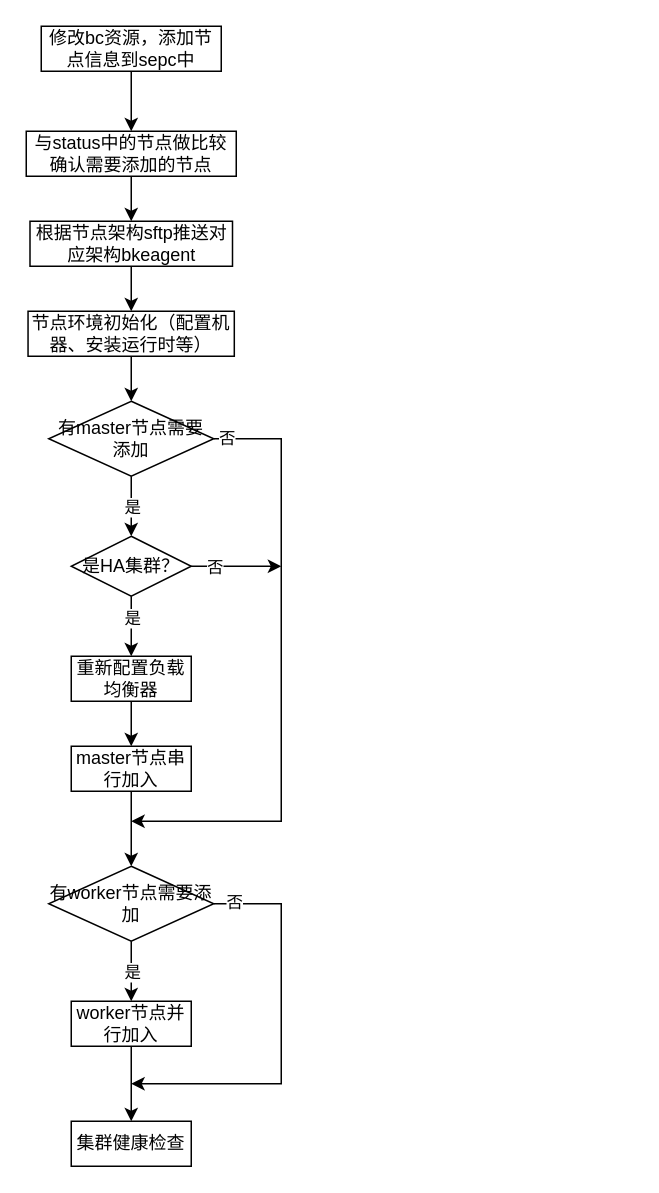
Before: bke-集群扩容流程图.drawio in oldcc02/draw-io, a draw.io diagram. Source tidied: cells renumbered, new cells numbered last; positions are measured from the earlier drawing's top-left corner, leaving out a move shared by most shapes. Both pictures are drawn from the tidied source at 150%, with x=0, y=0 at pixel (26, 26).
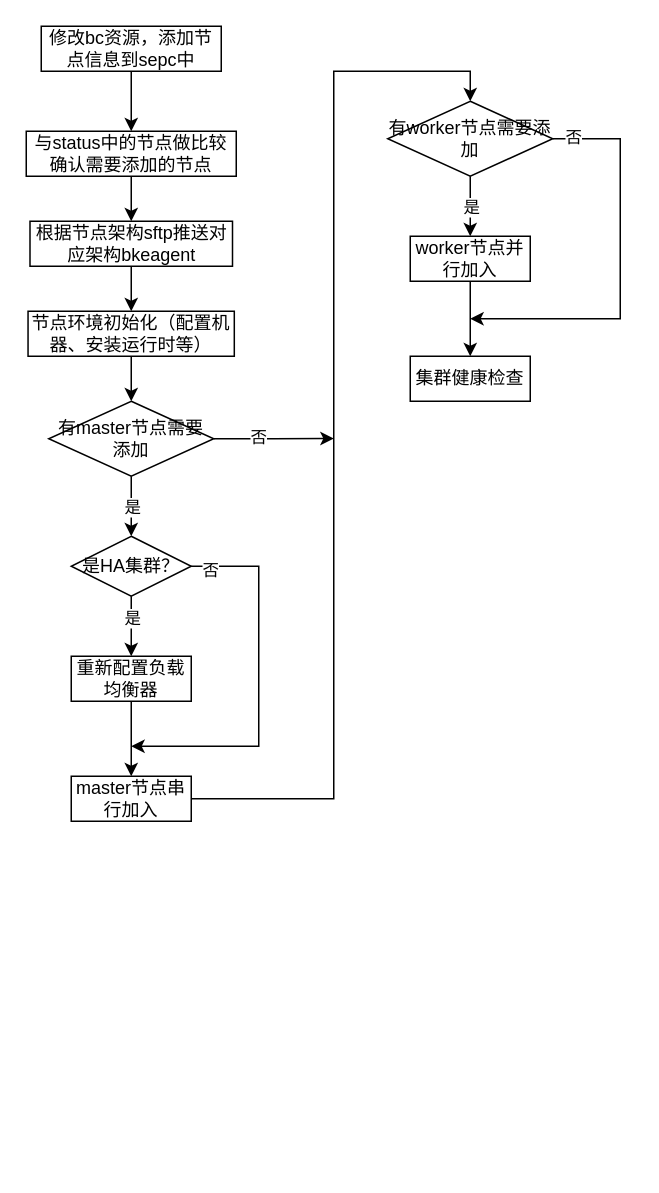
The same page after the edit.

Commit message:
更新bke-集群扩容流程图.drawio

Unchanged cells that the change refers to:
```xml
<mxCell id="14" value="有master节点需要添加" style="rhombus;whiteSpace=wrap;html=1;" parent="1" vertex="1">
  <mxGeometry x="15" y="250" width="110" height="50" as="geometry" />
</mxCell>
<mxCell id="25" value="是HA集群？" style="rhombus;whiteSpace=wrap;html=1;" parent="1" vertex="1">
  <mxGeometry x="30" y="340" width="80" height="40" as="geometry" />
</mxCell>
```

Change to the diagram source:
```diff
@@
-    <mxCell id="6" style="edgeStyle=orthogonalEdgeStyle;rounded=0;jettySize=auto;html=1;" parent="1" edge="1" source="7" target="19">
-      <mxGeometry relative="1" as="geometry" />
+    <mxCell id="6" style="edgeStyle=orthogonalEdgeStyle;rounded=0;jettySize=auto;html=1;exitX=1;exitY=0.5;exitDx=0;exitDy=0;entryX=0.5;entryY=0;entryDx=0;entryDy=0;" parent="1" edge="1" source="7" target="19">
+      <mxGeometry relative="1" as="geometry">
+        <Array as="points">
+          <mxPoint x="205" y="515" />
+          <mxPoint x="205" y="30" />
+          <mxPoint x="296" y="30" />
+        </Array>
+      </mxGeometry>
     </mxCell>
     <mxCell id="7" value="master节点串行加入" style="rounded=0;whiteSpace=wrap;html=1;" parent="1" vertex="1">
-      <mxGeometry x="30" y="480" width="80" height="30" as="geometry" />
+      <mxGeometry x="30" y="500" width="80" height="30" as="geometry" />
     </mxCell>
@@
     <mxCell id="9" value="worker节点并行加入" style="rounded=0;whiteSpace=wrap;html=1;" parent="1" vertex="1">
-      <mxGeometry x="30" y="650" width="80" height="30" as="geometry" />
+      <mxGeometry x="256" y="140" width="80" height="30" as="geometry" />
     </mxCell>
@@
-    <mxCell id="12" style="edgeStyle=orthogonalEdgeStyle;rounded=0;jettySize=auto;html=1;exitX=1;exitY=0.5;exitDx=0;exitDy=0;" parent="1" edge="1" source="14">
-      <mxGeometry relative="1" as="geometry">
-        <mxPoint x="70" y="530" as="targetPoint" />
-        <Array as="points">
-          <mxPoint x="170" y="275" />
-          <mxPoint x="170" y="530" />
-        </Array>
-      </mxGeometry>
-    </mxCell>
-    <mxCell id="13" value="否" style="edgeLabel;html=1;align=center;verticalAlign=middle;" parent="12" vertex="1">
-      <mxGeometry x="-0.96" y="1" relative="1" as="geometry" />
-    </mxCell>
+    <mxCell id="32" style="edgeStyle=orthogonalEdgeStyle;rounded=0;jettySize=auto;html=1;exitX=1;exitY=0.5;exitDx=0;exitDy=0;" parent="1" edge="1" source="14">
+      <mxGeometry relative="1" as="geometry">
+        <mxPoint x="205" y="274.8" as="targetPoint" />
+      </mxGeometry>
+    </mxCell>
+    <mxCell id="33" value="否" style="edgeLabel;html=1;align=center;verticalAlign=middle;" parent="32" vertex="1">
+      <mxGeometry x="-0.29" y="2" relative="1" as="geometry" />
+    </mxCell>
@@
     <mxCell id="17" style="edgeStyle=orthogonalEdgeStyle;rounded=0;jettySize=auto;html=1;exitX=1;exitY=0.5;exitDx=0;exitDy=0;" parent="1" edge="1" source="19">
       <mxGeometry relative="1" as="geometry">
-        <mxPoint x="70" y="705" as="targetPoint" />
+        <mxPoint x="296" y="195" as="targetPoint" />
         <Array as="points">
-          <mxPoint x="170" y="585" />
-          <mxPoint x="170" y="705" />
+          <mxPoint x="396" y="75" />
+          <mxPoint x="396" y="195" />
         </Array>
       </mxGeometry>
     </mxCell>
@@
     <mxCell id="19" value="有worker节点需要添加" style="rhombus;whiteSpace=wrap;html=1;" parent="1" vertex="1">
-      <mxGeometry x="15" y="560" width="110" height="50" as="geometry" />
+      <mxGeometry x="241" y="50" width="110" height="50" as="geometry" />
     </mxCell>
     <mxCell id="20" value="集群健康检查" style="rounded=0;whiteSpace=wrap;html=1;" parent="1" vertex="1">
-      <mxGeometry x="30" y="730" width="80" height="30" as="geometry" />
+      <mxGeometry x="256" y="220" width="80" height="30" as="geometry" />
     </mxCell>
@@
-    <mxCell id="23" style="edgeStyle=orthogonalEdgeStyle;rounded=0;jettySize=auto;html=1;exitX=1;exitY=0.5;exitDx=0;exitDy=0;" parent="1" edge="1" source="25">
-      <mxGeometry relative="1" as="geometry">
-        <mxPoint x="170" y="360" as="targetPoint" />
-      </mxGeometry>
-    </mxCell>
-    <mxCell id="24" value="否" style="edgeLabel;html=1;align=center;verticalAlign=middle;" parent="23" vertex="1">
-      <mxGeometry x="-0.77" y="1" relative="1" as="geometry">
-        <mxPoint x="8" y="1" as="offset" />
-      </mxGeometry>
-    </mxCell>
+    <mxCell id="34" style="edgeStyle=orthogonalEdgeStyle;rounded=0;jettySize=auto;html=1;exitX=1;exitY=0.5;exitDx=0;exitDy=0;" parent="1" edge="1" source="25">
+      <mxGeometry relative="1" as="geometry">
+        <mxPoint x="70" y="480" as="targetPoint" />
+        <Array as="points">
+          <mxPoint x="155" y="360" />
+          <mxPoint x="155" y="480" />
+        </Array>
+      </mxGeometry>
+    </mxCell>
+    <mxCell id="35" value="否" style="edgeLabel;html=1;align=center;verticalAlign=middle;" parent="34" vertex="1">
+      <mxGeometry x="-0.9" y="-2" relative="1" as="geometry" />
+    </mxCell>
```
